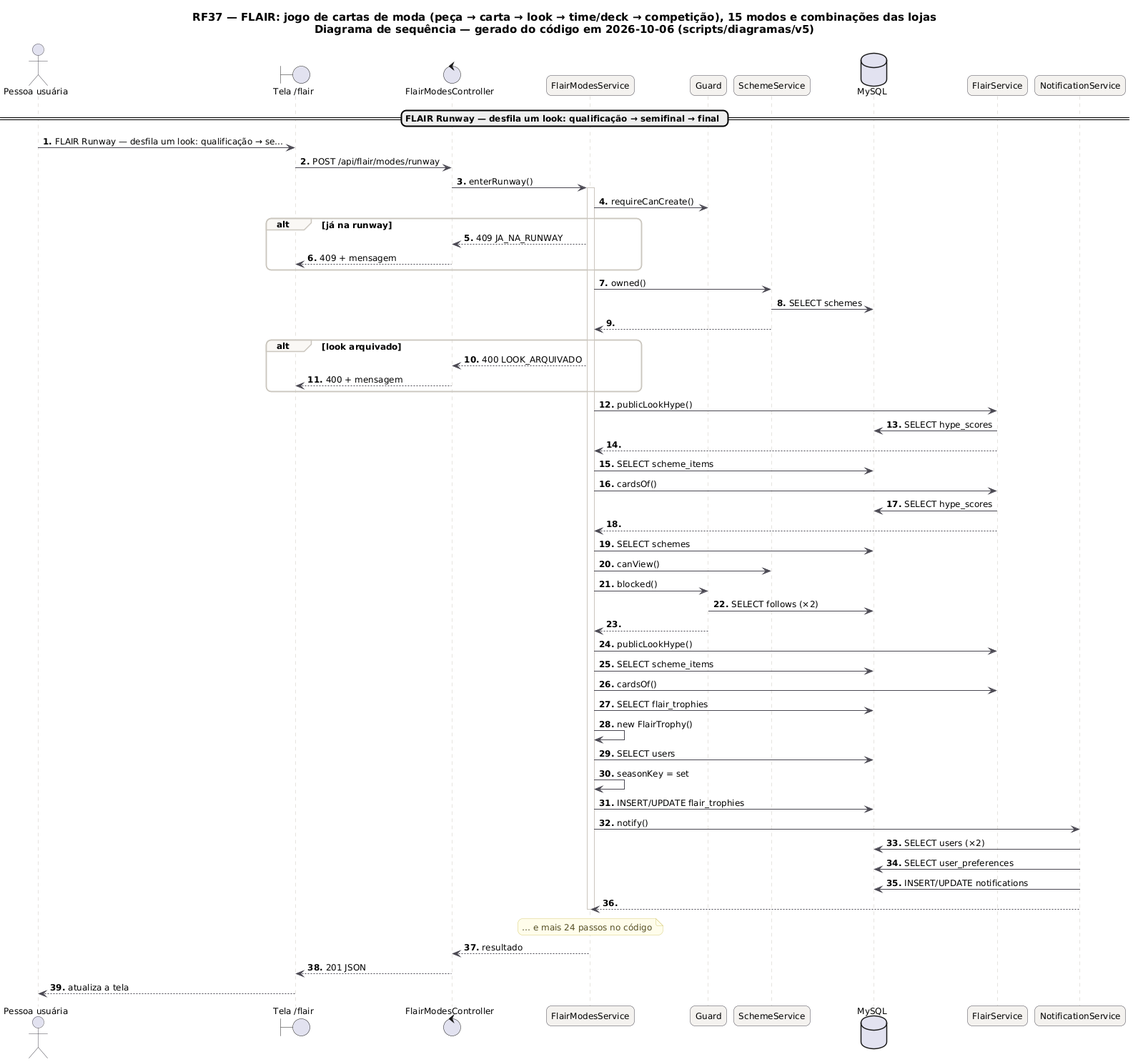
The PlantUML diagram docs/diagramas/RF37/RF37_Sequencia.png in MatheusHaliski/tcc-2026-fashion-ai-backend, before a commit.
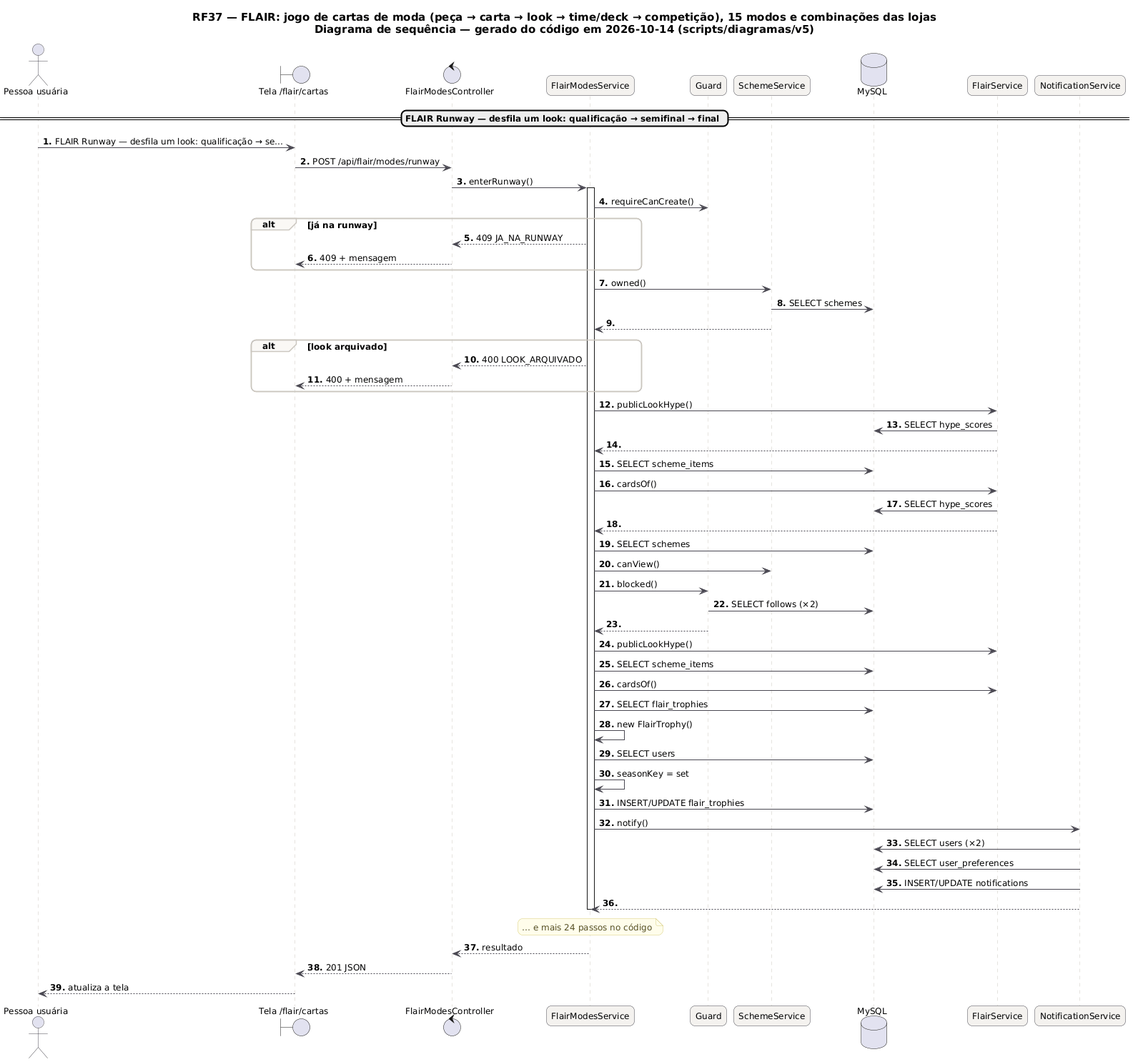
The same file after the commit.

What changed in the source:
```diff
@@ -21,10 +21,10 @@
   GroupBackgroundColor #FAF8F5
 }
 autonumber "<b>0."
-title RF37 — FLAIR: jogo de cartas de moda (peça → carta → look → time/deck → competição), 15 modos e combinações das lojas\nDiagrama de sequência — gerado do código em 2026-10-06 (scripts/diagramas/v5)
+title RF37 — FLAIR: jogo de cartas de moda (peça → carta → look → time/deck → competição), 15 modos e combinações das lojas\nDiagrama de sequência — gerado do código em 2026-10-14 (scripts/diagramas/v5)
 
 actor "Pessoa usuária" as U
-boundary "Tela /flair" as P
+boundary "Tela /flair/cartas" as P
 control "FlairModesController" as FlairModesController
 participant "FlairModesService" as FlairModesService
 participant "Guard" as Guard
```
